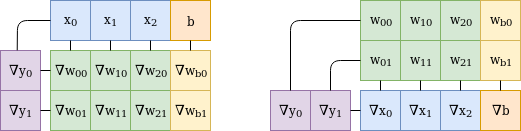
Before: assets/images/fully_conn_backward.png, a diagram exported from draw.io (m-a-h-e/m-a-h-e.github.io). Source tidied: cells renumbered, new cells last; positions are measured from the earlier drawing's top-left corner, leaving out a move shared by most shapes.
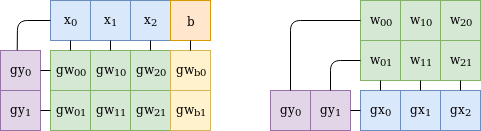
After the commit.

Change to the diagram source:
```diff
@@ -11,28 +11,28 @@
     <mxCell id="4" value="x&lt;sub&gt;2&lt;/sub&gt;" style="rounded=0;whiteSpace=wrap;html=1;fillColor=#dae8fc;strokeColor=#6c8ebf;" parent="1" vertex="1">
       <mxGeometry x="130" width="40" height="40" as="geometry" />
     </mxCell>
-    <mxCell id="5" value="&lt;font style=&quot;font-size: 14px&quot;&gt;∇&lt;/font&gt;w&lt;sub&gt;00&lt;/sub&gt;" style="whiteSpace=wrap;html=1;fillColor=#d5e8d4;strokeColor=#82b366;" parent="1" vertex="1">
+    <mxCell id="5" value="gw&lt;sub&gt;00&lt;/sub&gt;" style="whiteSpace=wrap;html=1;fillColor=#d5e8d4;strokeColor=#82b366;" parent="1" vertex="1">
       <mxGeometry x="50" y="50" width="40" height="40" as="geometry" />
     </mxCell>
-    <mxCell id="6" value="&lt;font style=&quot;font-size: 14px&quot;&gt;∇&lt;/font&gt;w&lt;sub&gt;10&lt;/sub&gt;" style="whiteSpace=wrap;html=1;fillColor=#d5e8d4;strokeColor=#82b366;" parent="1" vertex="1">
+    <mxCell id="6" value="gw&lt;sub&gt;10&lt;/sub&gt;" style="whiteSpace=wrap;html=1;fillColor=#d5e8d4;strokeColor=#82b366;" parent="1" vertex="1">
       <mxGeometry x="90" y="50" width="40" height="40" as="geometry" />
     </mxCell>
-    <mxCell id="7" value="&lt;font style=&quot;font-size: 14px&quot;&gt;∇&lt;/font&gt;w&lt;sub&gt;20&lt;/sub&gt;" style="whiteSpace=wrap;html=1;fillColor=#d5e8d4;strokeColor=#82b366;" parent="1" vertex="1">
+    <mxCell id="7" value="gw&lt;sub&gt;20&lt;/sub&gt;" style="whiteSpace=wrap;html=1;fillColor=#d5e8d4;strokeColor=#82b366;" parent="1" vertex="1">
       <mxGeometry x="130" y="50" width="40" height="40" as="geometry" />
     </mxCell>
-    <mxCell id="8" value="&lt;font style=&quot;font-size: 14px&quot;&gt;∇&lt;/font&gt;w&lt;sub&gt;01&lt;/sub&gt;" style="whiteSpace=wrap;html=1;fillColor=#d5e8d4;strokeColor=#82b366;" parent="1" vertex="1">
+    <mxCell id="8" value="gw&lt;sub&gt;01&lt;/sub&gt;" style="whiteSpace=wrap;html=1;fillColor=#d5e8d4;strokeColor=#82b366;" parent="1" vertex="1">
       <mxGeometry x="50" y="90" width="40" height="40" as="geometry" />
     </mxCell>
-    <mxCell id="9" value="&lt;font style=&quot;font-size: 14px&quot;&gt;∇&lt;/font&gt;w&lt;sub&gt;11&lt;/sub&gt;" style="whiteSpace=wrap;html=1;fillColor=#d5e8d4;strokeColor=#82b366;" parent="1" vertex="1">
+    <mxCell id="9" value="gw&lt;sub&gt;11&lt;/sub&gt;" style="whiteSpace=wrap;html=1;fillColor=#d5e8d4;strokeColor=#82b366;" parent="1" vertex="1">
       <mxGeometry x="90" y="90" width="40" height="40" as="geometry" />
     </mxCell>
-    <mxCell id="10" value="&lt;font style=&quot;font-size: 14px&quot;&gt;∇&lt;/font&gt;w&lt;sub&gt;21&lt;/sub&gt;" style="whiteSpace=wrap;html=1;fillColor=#d5e8d4;strokeColor=#82b366;" parent="1" vertex="1">
+    <mxCell id="10" value="gw&lt;sub&gt;21&lt;/sub&gt;" style="whiteSpace=wrap;html=1;fillColor=#d5e8d4;strokeColor=#82b366;" parent="1" vertex="1">
       <mxGeometry x="130" y="90" width="40" height="40" as="geometry" />
     </mxCell>
-    <mxCell id="11" value="&lt;font style=&quot;font-size: 14px&quot;&gt;∇&lt;/font&gt;y&lt;sub&gt;0&lt;/sub&gt;" style="rounded=0;whiteSpace=wrap;html=1;fillColor=#e1d5e7;strokeColor=#9673a6;" parent="1" vertex="1">
+    <mxCell id="11" value="gy&lt;sub&gt;0&lt;/sub&gt;" style="rounded=0;whiteSpace=wrap;html=1;fillColor=#e1d5e7;strokeColor=#9673a6;" parent="1" vertex="1">
       <mxGeometry y="50" width="40" height="40" as="geometry" />
     </mxCell>
-    <mxCell id="12" value="&lt;font style=&quot;font-size: 14px&quot;&gt;∇&lt;/font&gt;y&lt;sub&gt;1&lt;/sub&gt;" style="rounded=0;whiteSpace=wrap;html=1;fillColor=#e1d5e7;strokeColor=#9673a6;" parent="1" vertex="1">
+    <mxCell id="12" value="gy&lt;sub&gt;1&lt;/sub&gt;" style="rounded=0;whiteSpace=wrap;html=1;fillColor=#e1d5e7;strokeColor=#9673a6;" parent="1" vertex="1">
       <mxGeometry y="90" width="40" height="40" as="geometry" />
     </mxCell>
     <mxCell id="13" style="endArrow=none;html=1;entryX=0;entryY=0.5;entryDx=0;entryDy=0;exitX=1;exitY=0.5;exitDx=0;exitDy=0;" parent="1" edge="1" source="11" target="5">
@@ -50,13 +50,13 @@
     <mxCell id="17" style="endArrow=none;html=1;entryX=0.5;entryY=1;entryDx=0;entryDy=0;exitX=0.5;exitY=0;exitDx=0;exitDy=0;" parent="1" edge="1" source="7" target="4">
       <mxGeometry relative="1" as="geometry" />
     </mxCell>
-    <mxCell id="18" value="&lt;font style=&quot;font-size: 14px&quot;&gt;∇&lt;/font&gt;x&lt;sub&gt;0&lt;/sub&gt;" style="rounded=0;whiteSpace=wrap;html=1;fillColor=#dae8fc;strokeColor=#6c8ebf;" parent="1" vertex="1">
+    <mxCell id="18" value="gx&lt;sub&gt;0&lt;/sub&gt;" style="rounded=0;whiteSpace=wrap;html=1;fillColor=#dae8fc;strokeColor=#6c8ebf;" parent="1" vertex="1">
       <mxGeometry x="360" y="90" width="40" height="40" as="geometry" />
     </mxCell>
-    <mxCell id="19" value="&lt;font style=&quot;font-size: 14px&quot;&gt;∇&lt;/font&gt;x&lt;sub&gt;1&lt;/sub&gt;" style="rounded=0;whiteSpace=wrap;html=1;fillColor=#dae8fc;strokeColor=#6c8ebf;" parent="1" vertex="1">
+    <mxCell id="19" value="gx&lt;sub&gt;1&lt;/sub&gt;" style="rounded=0;whiteSpace=wrap;html=1;fillColor=#dae8fc;strokeColor=#6c8ebf;" parent="1" vertex="1">
       <mxGeometry x="400" y="90" width="40" height="40" as="geometry" />
     </mxCell>
-    <mxCell id="20" value="&lt;font style=&quot;font-size: 14px&quot;&gt;∇&lt;/font&gt;x&lt;sub&gt;2&lt;/sub&gt;" style="rounded=0;whiteSpace=wrap;html=1;fillColor=#dae8fc;strokeColor=#6c8ebf;" parent="1" vertex="1">
+    <mxCell id="20" value="gx&lt;sub&gt;2&lt;/sub&gt;" style="rounded=0;whiteSpace=wrap;html=1;fillColor=#dae8fc;strokeColor=#6c8ebf;" parent="1" vertex="1">
       <mxGeometry x="440" y="90" width="40" height="40" as="geometry" />
     </mxCell>
     <mxCell id="21" value="w&lt;sub&gt;00&lt;/sub&gt;" style="whiteSpace=wrap;html=1;fillColor=#d5e8d4;strokeColor=#82b366;" parent="1" vertex="1">
@@ -77,10 +77,10 @@
     <mxCell id="26" value="w&lt;sub&gt;21&lt;/sub&gt;" style="whiteSpace=wrap;html=1;fillColor=#d5e8d4;strokeColor=#82b366;" parent="1" vertex="1">
       <mxGeometry x="440" y="40" width="40" height="40" as="geometry" />
     </mxCell>
-    <mxCell id="27" value="&lt;font style=&quot;font-size: 14px&quot;&gt;∇&lt;/font&gt;y&lt;sub&gt;0&lt;/sub&gt;" style="rounded=0;whiteSpace=wrap;html=1;fillColor=#e1d5e7;strokeColor=#9673a6;" parent="1" vertex="1">
+    <mxCell id="27" value="gy&lt;sub&gt;0&lt;/sub&gt;" style="rounded=0;whiteSpace=wrap;html=1;fillColor=#e1d5e7;strokeColor=#9673a6;" parent="1" vertex="1">
       <mxGeometry x="270" y="90" width="40" height="40" as="geometry" />
     </mxCell>
-    <mxCell id="28" value="&lt;font style=&quot;font-size: 14px&quot;&gt;∇&lt;/font&gt;y&lt;sub&gt;1&lt;/sub&gt;" style="rounded=0;whiteSpace=wrap;html=1;fillColor=#e1d5e7;strokeColor=#9673a6;" parent="1" vertex="1">
+    <mxCell id="28" value="gy&lt;sub&gt;1&lt;/sub&gt;" style="rounded=0;whiteSpace=wrap;html=1;fillColor=#e1d5e7;strokeColor=#9673a6;" parent="1" vertex="1">
       <mxGeometry x="310" y="90" width="40" height="40" as="geometry" />
     </mxCell>
     <mxCell id="29" style="endArrow=none;html=1;entryX=0;entryY=0.5;entryDx=0;entryDy=0;exitX=1;exitY=0.5;exitDx=0;exitDy=0;" parent="1" edge="1" source="28" target="18">
@@ -119,26 +119,14 @@
     <mxCell id="36" value="b" style="rounded=0;whiteSpace=wrap;html=1;fillColor=#ffe6cc;strokeColor=#d79b00;" parent="1" vertex="1">
       <mxGeometry x="170" width="40" height="40" as="geometry" />
     </mxCell>
-    <mxCell id="37" value="&lt;font style=&quot;font-size: 14px&quot;&gt;∇&lt;/font&gt;w&lt;sub&gt;b0&lt;/sub&gt;" style="whiteSpace=wrap;html=1;fillColor=#fff2cc;strokeColor=#d6b656;" parent="1" vertex="1">
+    <mxCell id="37" value="gw&lt;sub&gt;b0&lt;/sub&gt;" style="whiteSpace=wrap;html=1;fillColor=#fff2cc;strokeColor=#d6b656;" parent="1" vertex="1">
       <mxGeometry x="170" y="50" width="40" height="40" as="geometry" />
     </mxCell>
-    <mxCell id="38" value="&lt;font style=&quot;font-size: 14px&quot;&gt;∇&lt;/font&gt;w&lt;sub&gt;b1&lt;/sub&gt;" style="whiteSpace=wrap;html=1;fillColor=#fff2cc;strokeColor=#d6b656;" parent="1" vertex="1">
+    <mxCell id="38" value="gw&lt;sub&gt;b1&lt;/sub&gt;" style="whiteSpace=wrap;html=1;fillColor=#fff2cc;strokeColor=#d6b656;" parent="1" vertex="1">
       <mxGeometry x="170" y="90" width="40" height="40" as="geometry" />
     </mxCell>
     <mxCell id="39" style="endArrow=none;html=1;entryX=0.5;entryY=1;entryDx=0;entryDy=0;exitX=0.5;exitY=0;exitDx=0;exitDy=0;" parent="1" edge="1" source="37" target="36">
       <mxGeometry relative="1" as="geometry" />
     </mxCell>
-    <mxCell id="40" value="&lt;font style=&quot;font-size: 14px&quot;&gt;∇&lt;/font&gt;b" style="rounded=0;whiteSpace=wrap;html=1;fillColor=#ffe6cc;strokeColor=#d79b00;" parent="1" vertex="1">
-      <mxGeometry x="480" y="90" width="40" height="40" as="geometry" />
-    </mxCell>
-    <mxCell id="41" value="w&lt;sub&gt;b0&lt;/sub&gt;" style="whiteSpace=wrap;html=1;fillColor=#fff2cc;strokeColor=#d6b656;" parent="1" vertex="1">
-      <mxGeometry x="480" width="40" height="40" as="geometry" />
-    </mxCell>
-    <mxCell id="42" value="w&lt;sub&gt;b1&lt;/sub&gt;" style="whiteSpace=wrap;html=1;fillColor=#fff2cc;strokeColor=#d6b656;" parent="1" vertex="1">
-      <mxGeometry x="480" y="40" width="40" height="40" as="geometry" />
-    </mxCell>
-    <mxCell id="43" style="endArrow=none;html=1;entryX=0.5;entryY=1;entryDx=0;entryDy=0;exitX=0.5;exitY=0;exitDx=0;exitDy=0;" parent="1" edge="1" source="40" target="42">
-      <mxGeometry relative="1" as="geometry" />
-    </mxCell>
   </root>
 </mxGraphModel>
```
